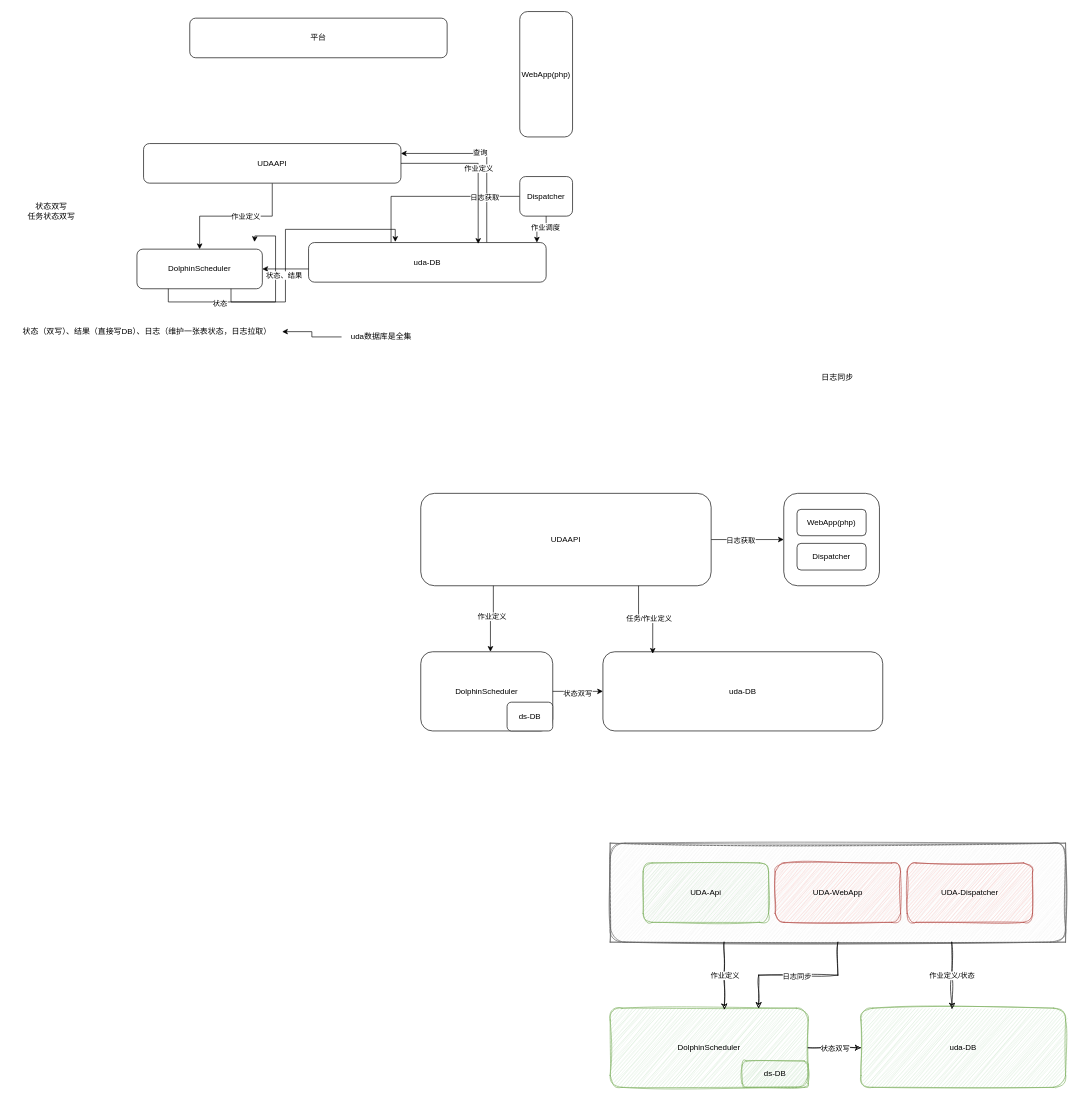
Above: UDA架构.drawio in ic4y/diagrams (draw.io), before the change. Source tidied: cells renumbered, new cells numbered last; positions are measured from the earlier drawing's top-left corner, leaving out a move shared by most shapes. Both pictures are drawn from the tidied source at 66%, with x=0, y=0 at pixel (11, 11).
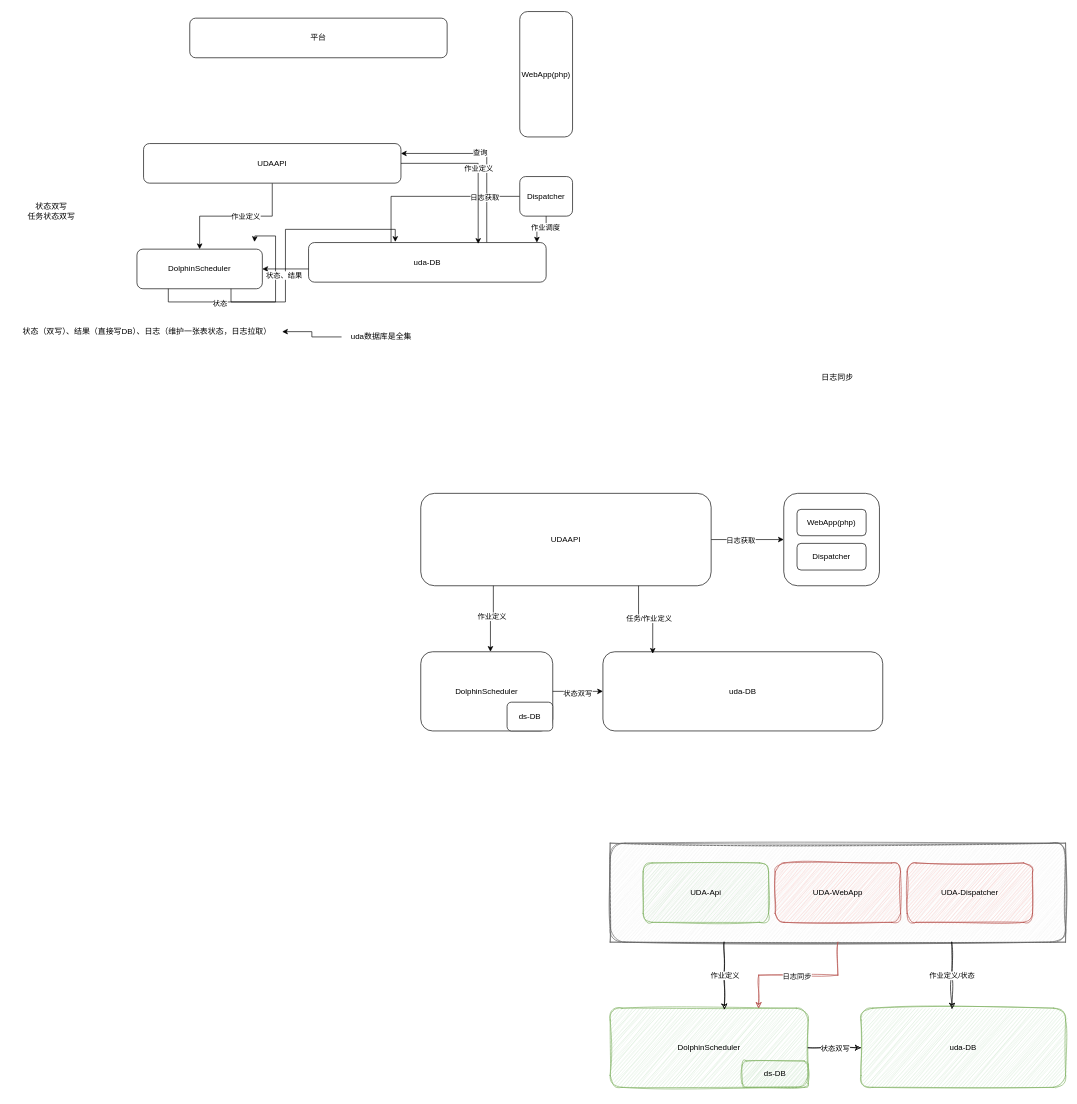
After the change.

The change refers to these unchanged cells:
```xml
<mxCell id="46" style="rounded=1;whiteSpace=wrap;html=1;sketch=1;curveFitting=1;jiggle=2;fillColor=#f5f5f5;fontColor=#333333;strokeColor=#666666;" parent="45" vertex="1">
  <mxGeometry width="690" height="150" as="geometry" />
</mxCell>
<mxCell id="52" value="DolphinScheduler" style="rounded=1;whiteSpace=wrap;html=1;sketch=1;curveFitting=1;jiggle=2;fillColor=#d5e8d4;strokeColor=#82b366;" parent="51" vertex="1">
  <mxGeometry width="300" height="120" as="geometry" />
</mxCell>
```

The edit, as a diff of the source:
```diff
@@
-    <mxCell id="61" style="edgeStyle=orthogonalEdgeStyle;rounded=0;jettySize=auto;html=1;exitX=0.5;exitY=1;exitDx=0;exitDy=0;entryX=0.75;entryY=0;entryDx=0;entryDy=0;sketch=1;curveFitting=1;jiggle=2;" parent="1" edge="1" source="46" target="52">
+    <mxCell id="61" style="edgeStyle=orthogonalEdgeStyle;rounded=0;jettySize=auto;html=1;exitX=0.5;exitY=1;exitDx=0;exitDy=0;entryX=0.75;entryY=0;entryDx=0;entryDy=0;sketch=1;curveFitting=1;jiggle=2;fillColor=#f8cecc;strokeColor=#b85450;" parent="1" edge="1" source="46" target="52">
       <mxGeometry relative="1" as="geometry" />
     </mxCell>
```
